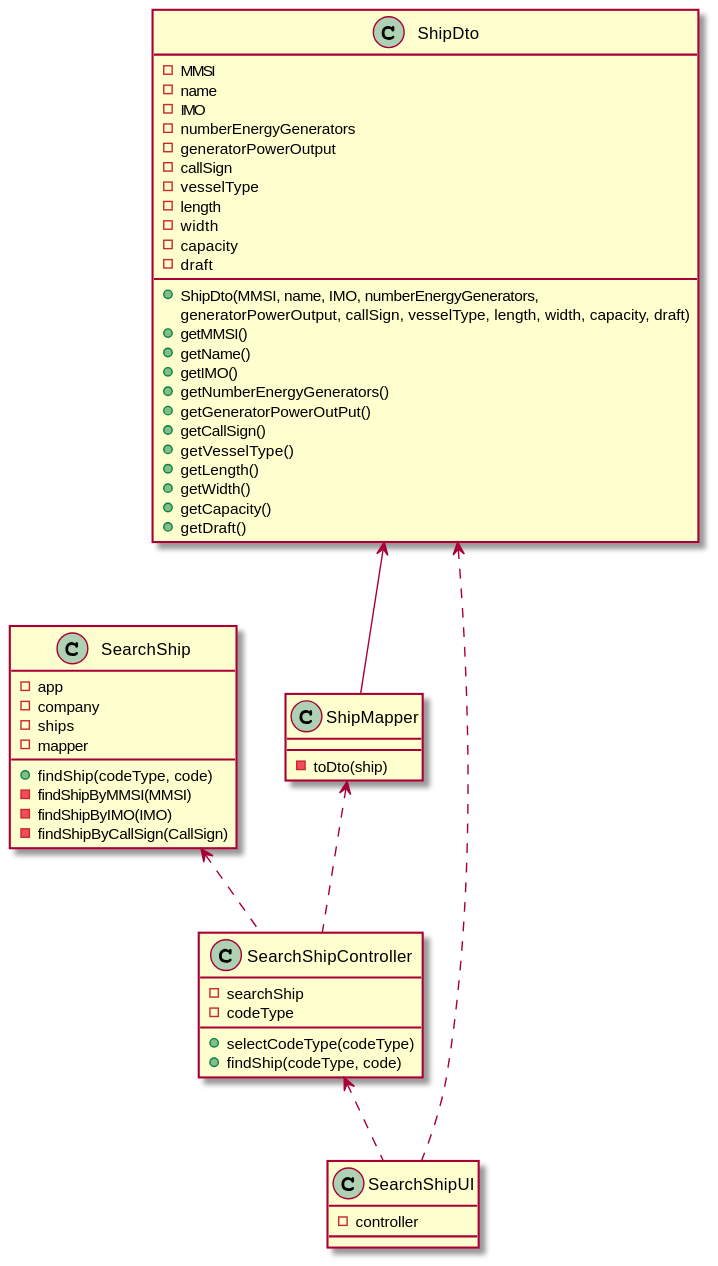
Before: docs/Sprint 1/US/US102/US102_CD.svg, a diagram exported from PlantUML (1190772/LAB-Project-3). The source it was exported from:
```plantuml
@startuml

class SearchShipUI {
- controller
}

class SearchShipController {
- searchShip
- codeType
+ selectCodeType(codeType)
+ findShip(codeType, code)
}

class SearchShip {
- app
- company
- ships
- mapper
+ findShip(codeType, code)
- findShipByMMSI(MMSI)
- findShipByIMO(IMO)
- findShipByCallSign(CallSign)
}

class ShipMapper {
- toDto(ship)
}

class ShipDto {
-MMSI
-name
-IMO
-numberEnergyGenerators
-generatorPowerOutput
-callSign
-vesselType
-length
-width
-capacity
-draft
+ ShipDto(MMSI, name, IMO, numberEnergyGenerators,
          generatorPowerOutput, callSign, vesselType, length, width, capacity, draft)
+ getMMSI()
+ getName()
+ getIMO()
+ getNumberEnergyGenerators()
+ getGeneratorPowerOutPut()
+ getCallSign()
+ getVesselType()
+ getLength()
+ getWidth()
+ getCapacity()
+ getDraft()
}

SearchShipController <.. SearchShipUI
SearchShip <.. SearchShipController
ShipMapper <.. SearchShipController
ShipDto <-- ShipMapper
ShipDto <.. SearchShipUI


@enduml
```
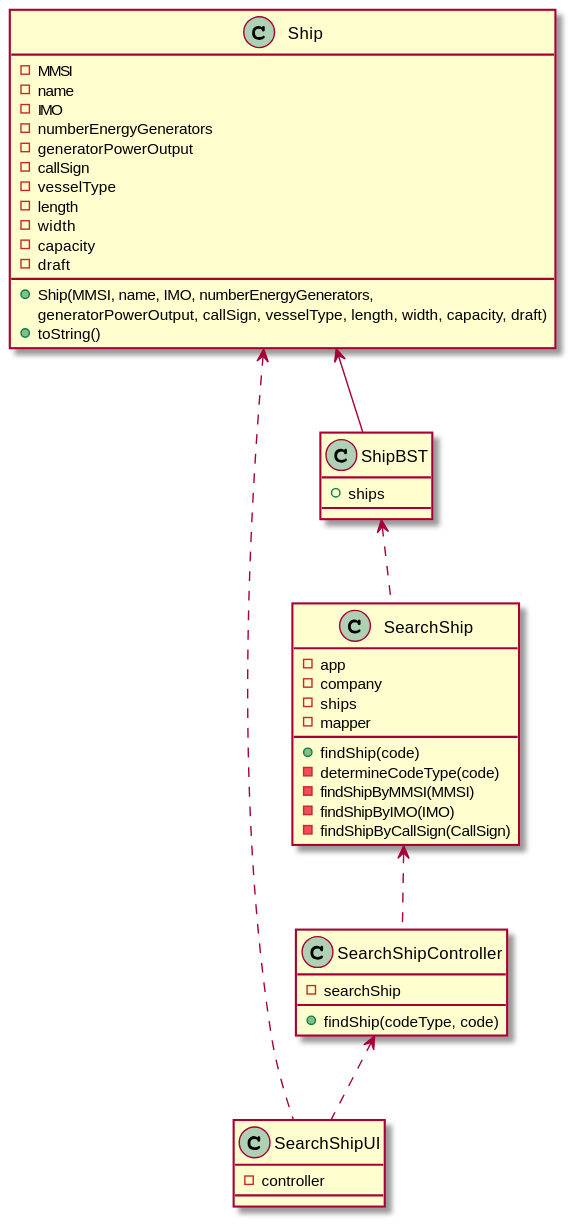
The same diagram one commit later.

The edit, as a diff of the source:
```diff
@@ -6,8 +6,6 @@
 
 class SearchShipController {
 - searchShip
-- codeType
-+ selectCodeType(codeType)
 + findShip(codeType, code)
 }
 
@@ -16,17 +14,18 @@
 - company
 - ships
 - mapper
-+ findShip(codeType, code)
++ findShip(code)
+- determineCodeType(code)
 - findShipByMMSI(MMSI)
 - findShipByIMO(IMO)
 - findShipByCallSign(CallSign)
 }
 
-class ShipMapper {
-- toDto(ship)
+class ShipBST {
++ ships
 }
 
-class ShipDto {
+class Ship {
 -MMSI
 -name
 -IMO
@@ -38,26 +37,16 @@
 -width
 -capacity
 -draft
-+ ShipDto(MMSI, name, IMO, numberEnergyGenerators,
++ Ship(MMSI, name, IMO, numberEnergyGenerators,
           generatorPowerOutput, callSign, vesselType, length, width, capacity, draft)
-+ getMMSI()
-+ getName()
-+ getIMO()
-+ getNumberEnergyGenerators()
-+ getGeneratorPowerOutPut()
-+ getCallSign()
-+ getVesselType()
-+ getLength()
-+ getWidth()
-+ getCapacity()
-+ getDraft()
++ toString()
 }
 
 SearchShipController <.. SearchShipUI
 SearchShip <.. SearchShipController
-ShipMapper <.. SearchShipController
-ShipDto <-- ShipMapper
-ShipDto <.. SearchShipUI
+ShipBST <.. SearchShip
+Ship <-- ShipBST
+Ship <.. SearchShipUI
 
 
 @enduml
```
